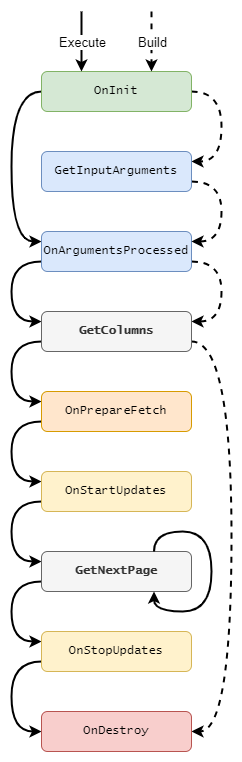
SkylineCommunications/dataminer-docs keeps this draw.io diagram as user-guide/images/GQI_AdHocDataSourceLifeCycle.png. Above is the earlier version. Source tidied: cells renumbered, new cells last; positions are measured from the earlier drawing's top-left corner, leaving out a move shared by most shapes.
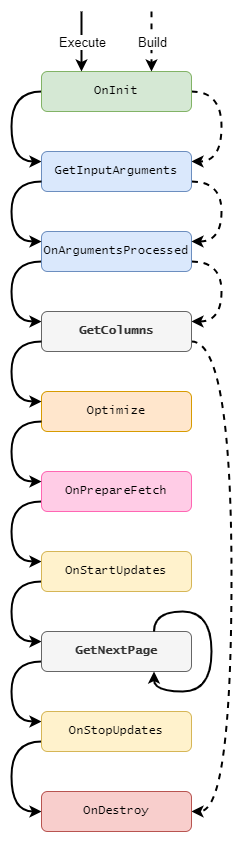
The same file after the commit.

Commit message:
GQI - IGQIOptimizeableDataSource life cycle for ad hoc data sources

Change to the diagram source:
```diff
@@ -2,73 +2,65 @@
   <root>
     <mxCell id="0" />
     <mxCell id="1" parent="0" />
-    <mxCell id="2" style="edgeStyle=orthogonalEdgeStyle;shape=connector;curved=1;rounded=0;jettySize=auto;html=1;exitX=0;exitY=0.5;exitDx=0;exitDy=0;entryX=0;entryY=0.25;entryDx=0;entryDy=0;labelBackgroundColor=default;strokeColor=default;align=center;verticalAlign=middle;fontFamily=Helvetica;fontSize=11;fontColor=default;endArrow=classic;strokeWidth=2;" parent="1" edge="1" source="4" target="7">
+    <mxCell id="2" style="edgeStyle=orthogonalEdgeStyle;shape=connector;curved=1;rounded=0;jettySize=auto;html=1;exitX=0;exitY=0.5;exitDx=0;exitDy=0;labelBackgroundColor=default;strokeColor=default;align=center;verticalAlign=middle;fontFamily=Helvetica;fontSize=11;fontColor=default;endArrow=classic;strokeWidth=2;entryX=0;entryY=0.25;entryDx=0;entryDy=0;" parent="1" edge="1" source="4" target="9">
       <mxGeometry relative="1" as="geometry">
         <Array as="points">
-          <mxPoint y="80" />
-          <mxPoint y="230" />
+          <mxPoint />
+          <mxPoint y="70" />
         </Array>
       </mxGeometry>
     </mxCell>
     <mxCell id="3" style="edgeStyle=orthogonalEdgeStyle;shape=connector;curved=1;rounded=0;jettySize=auto;html=1;exitX=1;exitY=0.5;exitDx=0;exitDy=0;entryX=1;entryY=0.25;entryDx=0;entryDy=0;dashed=1;labelBackgroundColor=default;strokeColor=default;strokeWidth=2;align=center;verticalAlign=middle;fontFamily=Helvetica;fontSize=11;fontColor=default;endArrow=classic;" parent="1" edge="1" source="4" target="9">
       <mxGeometry relative="1" as="geometry">
         <Array as="points">
-          <mxPoint x="210" y="80" />
-          <mxPoint x="210" y="150" />
+          <mxPoint x="210" />
+          <mxPoint x="210" y="70" />
         </Array>
       </mxGeometry>
     </mxCell>
     <mxCell id="4" value="OnInit" style="rounded=1;whiteSpace=wrap;html=1;fillColor=#d5e8d4;strokeColor=#82b366;fontFamily=Lucida Console;" parent="1" vertex="1">
-      <mxGeometry x="30" y="60" width="150" height="40" as="geometry" />
+      <mxGeometry x="30" y="-20" width="150" height="40" as="geometry" />
     </mxCell>
     <mxCell id="5" style="edgeStyle=orthogonalEdgeStyle;shape=connector;curved=1;rounded=0;jettySize=auto;html=1;exitX=0;exitY=0.75;exitDx=0;exitDy=0;entryX=0;entryY=0.25;entryDx=0;entryDy=0;labelBackgroundColor=default;strokeColor=default;strokeWidth=2;align=center;verticalAlign=middle;fontFamily=Helvetica;fontSize=11;fontColor=default;endArrow=classic;" parent="1" edge="1" source="7" target="12">
       <mxGeometry relative="1" as="geometry">
         <Array as="points">
-          <mxPoint y="250" />
-          <mxPoint y="310" />
+          <mxPoint y="170" />
+          <mxPoint y="230" />
         </Array>
       </mxGeometry>
     </mxCell>
     <mxCell id="6" style="edgeStyle=orthogonalEdgeStyle;shape=connector;curved=1;rounded=0;jettySize=auto;html=1;exitX=1;exitY=0.75;exitDx=0;exitDy=0;entryX=1;entryY=0.25;entryDx=0;entryDy=0;dashed=1;labelBackgroundColor=default;strokeColor=default;strokeWidth=2;align=center;verticalAlign=middle;fontFamily=Helvetica;fontSize=11;fontColor=default;endArrow=classic;" parent="1" edge="1" source="7" target="12">
       <mxGeometry relative="1" as="geometry">
         <Array as="points">
-          <mxPoint x="210" y="250" />
-          <mxPoint x="210" y="310" />
+          <mxPoint x="210" y="170" />
+          <mxPoint x="210" y="230" />
         </Array>
       </mxGeometry>
     </mxCell>
     <mxCell id="7" value="OnArgumentsProcessed" style="rounded=1;whiteSpace=wrap;html=1;fillColor=#dae8fc;strokeColor=#6c8ebf;fontFamily=Lucida Console;" parent="1" vertex="1">
-      <mxGeometry x="30" y="220" width="150" height="40" as="geometry" />
+      <mxGeometry x="30" y="140" width="150" height="40" as="geometry" />
     </mxCell>
     <mxCell id="8" style="edgeStyle=orthogonalEdgeStyle;shape=connector;curved=1;rounded=0;jettySize=auto;html=1;exitX=1;exitY=0.75;exitDx=0;exitDy=0;entryX=1;entryY=0.25;entryDx=0;entryDy=0;dashed=1;labelBackgroundColor=default;strokeColor=default;strokeWidth=2;align=center;verticalAlign=middle;fontFamily=Helvetica;fontSize=11;fontColor=default;endArrow=classic;" parent="1" edge="1" source="9" target="7">
       <mxGeometry relative="1" as="geometry">
         <Array as="points">
-          <mxPoint x="210" y="170" />
-          <mxPoint x="210" y="230" />
+          <mxPoint x="210" y="90" />
+          <mxPoint x="210" y="150" />
         </Array>
       </mxGeometry>
     </mxCell>
     <mxCell id="9" value="GetInputArguments" style="rounded=1;whiteSpace=wrap;html=1;fillColor=#dae8fc;strokeColor=#6c8ebf;fontFamily=Lucida Console;" parent="1" vertex="1">
-      <mxGeometry x="30" y="140" width="150" height="40" as="geometry" />
+      <mxGeometry x="30" y="60" width="150" height="40" as="geometry" />
     </mxCell>
-    <mxCell id="10" style="edgeStyle=orthogonalEdgeStyle;shape=connector;curved=1;rounded=0;jettySize=auto;html=1;exitX=0;exitY=0.75;exitDx=0;exitDy=0;entryX=0;entryY=0.25;entryDx=0;entryDy=0;labelBackgroundColor=default;strokeColor=default;strokeWidth=2;align=center;verticalAlign=middle;fontFamily=Helvetica;fontSize=11;fontColor=default;endArrow=classic;" parent="1" edge="1" source="12" target="14">
-      <mxGeometry relative="1" as="geometry">
-        <Array as="points">
-          <mxPoint y="330" />
-          <mxPoint y="390" />
-        </Array>
-      </mxGeometry>
-    </mxCell>
     <mxCell id="11" style="edgeStyle=orthogonalEdgeStyle;shape=connector;curved=1;rounded=0;jettySize=auto;html=1;exitX=1;exitY=0.75;exitDx=0;exitDy=0;entryX=1;entryY=0.5;entryDx=0;entryDy=0;dashed=1;labelBackgroundColor=default;strokeColor=default;strokeWidth=2;align=center;verticalAlign=middle;fontFamily=Helvetica;fontSize=11;fontColor=default;endArrow=classic;" parent="1" edge="1" source="12" target="21">
       <mxGeometry relative="1" as="geometry">
         <Array as="points">
-          <mxPoint x="220" y="330" />
+          <mxPoint x="220" y="250" />
           <mxPoint x="220" y="720" />
         </Array>
       </mxGeometry>
     </mxCell>
     <mxCell id="12" value="GetColumns" style="rounded=1;whiteSpace=wrap;html=1;fillColor=#f5f5f5;fontColor=#333333;strokeColor=#666666;fontFamily=Lucida Console;fontStyle=1;" parent="1" vertex="1">
-      <mxGeometry x="30" y="300" width="150" height="40" as="geometry" />
+      <mxGeometry x="30" y="220" width="150" height="40" as="geometry" />
     </mxCell>
     <mxCell id="13" style="edgeStyle=orthogonalEdgeStyle;shape=connector;curved=1;rounded=0;jettySize=auto;html=1;exitX=0;exitY=0.75;exitDx=0;exitDy=0;entryX=0;entryY=0.25;entryDx=0;entryDy=0;labelBackgroundColor=default;strokeColor=default;strokeWidth=2;align=center;verticalAlign=middle;fontFamily=Helvetica;fontSize=11;fontColor=default;endArrow=classic;" parent="1" edge="1" source="14" target="16">
       <mxGeometry relative="1" as="geometry">
@@ -78,7 +70,7 @@
         </Array>
       </mxGeometry>
     </mxCell>
-    <mxCell id="14" value="OnPrepareFetch" style="rounded=1;whiteSpace=wrap;html=1;fillColor=#ffe6cc;strokeColor=#d79b00;fontFamily=Lucida Console;" parent="1" vertex="1">
+    <mxCell id="14" value="OnPrepareFetch" style="rounded=1;whiteSpace=wrap;html=1;fillColor=#FFCCE6;strokeColor=#FF66B3;fontFamily=Lucida Console;" parent="1" vertex="1">
       <mxGeometry x="30" y="380" width="150" height="40" as="geometry" />
     </mxCell>
     <mxCell id="15" style="edgeStyle=orthogonalEdgeStyle;shape=connector;curved=1;rounded=0;jettySize=auto;html=1;exitX=0;exitY=0.75;exitDx=0;exitDy=0;entryX=0;entryY=0.25;entryDx=0;entryDy=0;labelBackgroundColor=default;strokeColor=default;strokeWidth=2;align=center;verticalAlign=middle;fontFamily=Helvetica;fontSize=11;fontColor=default;endArrow=classic;" parent="1" edge="1" source="16" target="18">
@@ -119,8 +111,8 @@
     </mxCell>
     <mxCell id="22" style="endArrow=classic;html=1;rounded=0;labelBackgroundColor=default;strokeColor=default;align=center;verticalAlign=middle;fontFamily=Helvetica;fontSize=11;fontColor=default;shape=connector;edgeStyle=orthogonalEdgeStyle;curved=1;entryX=0.25;entryY=0;entryDx=0;entryDy=0;strokeWidth=2;dashed=1;" parent="1" edge="1">
       <mxGeometry relative="1" as="geometry">
-        <mxPoint x="140" as="sourcePoint" />
-        <mxPoint x="140" y="60" as="targetPoint" />
+        <mxPoint x="140" y="-80" as="sourcePoint" />
+        <mxPoint x="140" y="-20" as="targetPoint" />
       </mxGeometry>
     </mxCell>
     <mxCell id="23" value="Build" style="edgeLabel;html=1;align=center;verticalAlign=middle;fontSize=13;fontFamily=Helvetica;fontColor=default;" parent="22" vertex="1">
@@ -131,12 +123,39 @@
     </mxCell>
     <mxCell id="25" style="endArrow=classic;html=1;rounded=0;labelBackgroundColor=default;strokeColor=default;align=center;verticalAlign=middle;fontFamily=Helvetica;fontSize=11;fontColor=default;shape=connector;edgeStyle=orthogonalEdgeStyle;curved=1;entryX=0.25;entryY=0;entryDx=0;entryDy=0;strokeWidth=2;" parent="1" edge="1">
       <mxGeometry relative="1" as="geometry">
-        <mxPoint x="70" as="sourcePoint" />
-        <mxPoint x="70" y="60" as="targetPoint" />
+        <mxPoint x="70" y="-80" as="sourcePoint" />
+        <mxPoint x="70" y="-20" as="targetPoint" />
       </mxGeometry>
     </mxCell>
     <mxCell id="26" value="Execute" style="edgeLabel;html=1;align=center;verticalAlign=middle;fontSize=13;fontFamily=Helvetica;fontColor=default;" parent="25" vertex="1">
       <mxGeometry relative="1" as="geometry" />
     </mxCell>
+    <mxCell id="27" style="edgeStyle=orthogonalEdgeStyle;shape=connector;curved=1;rounded=0;jettySize=auto;html=1;exitX=0;exitY=0.75;exitDx=0;exitDy=0;labelBackgroundColor=default;strokeColor=default;align=center;verticalAlign=middle;fontFamily=Helvetica;fontSize=11;fontColor=default;endArrow=classic;strokeWidth=2;entryX=0;entryY=0.25;entryDx=0;entryDy=0;" parent="1" edge="1" source="9" target="7">
+      <mxGeometry relative="1" as="geometry">
+        <Array as="points">
+          <mxPoint y="90" />
+          <mxPoint y="150" />
+        </Array>
+      </mxGeometry>
+    </mxCell>
+    <mxCell id="28" value="Optimize" style="rounded=1;whiteSpace=wrap;html=1;fillColor=#ffe6cc;strokeColor=#d79b00;fontFamily=Lucida Console;" parent="1" vertex="1">
+      <mxGeometry x="30" y="300" width="150" height="40" as="geometry" />
+    </mxCell>
+    <mxCell id="29" style="edgeStyle=orthogonalEdgeStyle;shape=connector;curved=1;rounded=0;jettySize=auto;html=1;exitX=0;exitY=0.75;exitDx=0;exitDy=0;entryX=0;entryY=0.25;entryDx=0;entryDy=0;labelBackgroundColor=default;strokeColor=default;strokeWidth=2;align=center;verticalAlign=middle;fontFamily=Helvetica;fontSize=11;fontColor=default;endArrow=classic;" parent="1" edge="1" source="12" target="28">
+      <mxGeometry relative="1" as="geometry">
+        <Array as="points">
+          <mxPoint y="250" />
+          <mxPoint y="310" />
+        </Array>
+      </mxGeometry>
+    </mxCell>
+    <mxCell id="30" style="edgeStyle=orthogonalEdgeStyle;shape=connector;curved=1;rounded=0;jettySize=auto;html=1;labelBackgroundColor=default;strokeColor=default;strokeWidth=2;align=center;verticalAlign=middle;fontFamily=Helvetica;fontSize=11;fontColor=default;endArrow=classic;exitX=0;exitY=0.75;exitDx=0;exitDy=0;entryX=0;entryY=0.25;entryDx=0;entryDy=0;" parent="1" edge="1" source="28" target="14">
+      <mxGeometry relative="1" as="geometry">
+        <Array as="points">
+          <mxPoint y="330" />
+          <mxPoint y="390" />
+        </Array>
+      </mxGeometry>
+    </mxCell>
   </root>
 </mxGraphModel>
```
